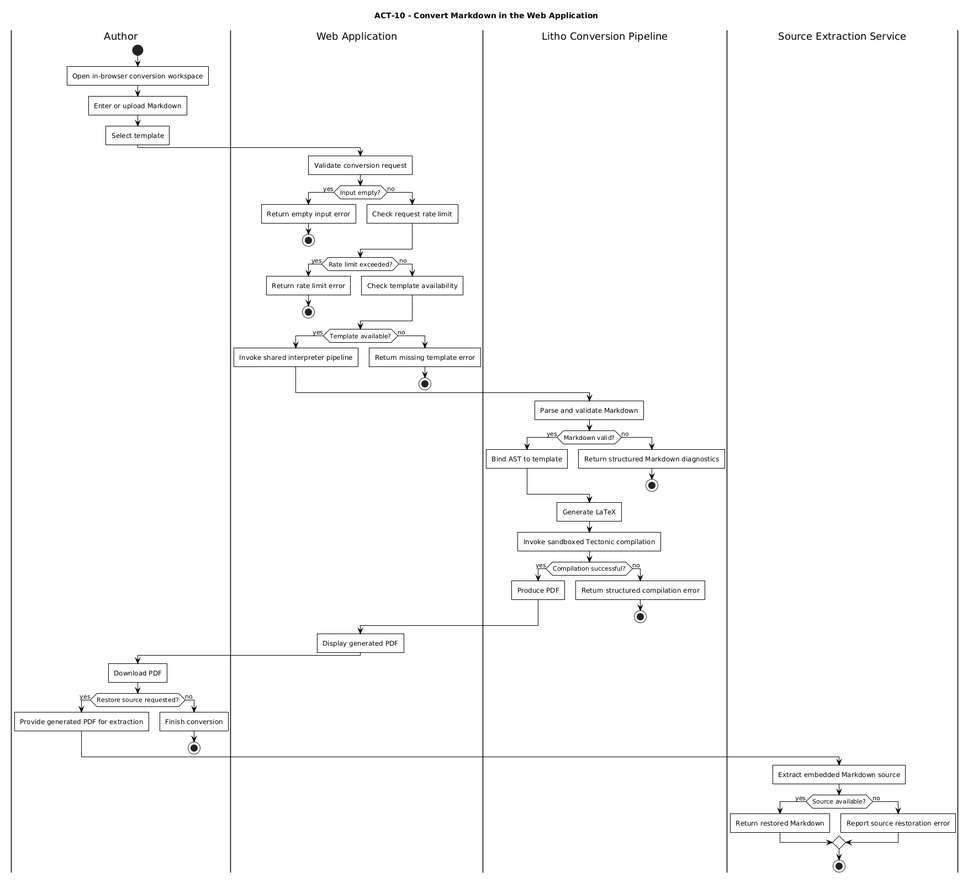
This is Figures/activity/10-web-conversion.png from Litho-MD/uet-fyp-docs, a PlantUML export, as it was before one commit.
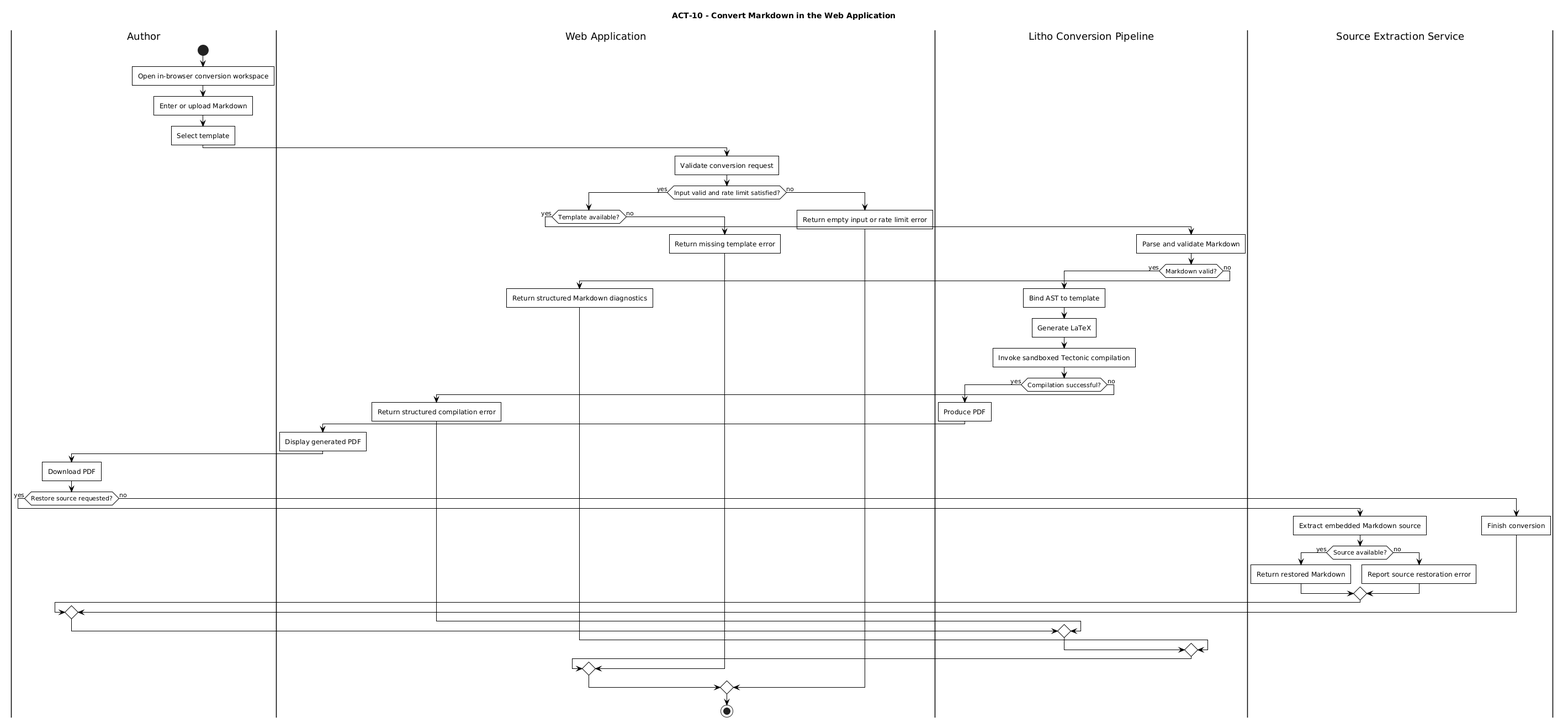
After the commit.

Diff of the diagram source:
```diff
@@ -25,63 +25,44 @@
 
 |Web Application|
 :Validate conversion request;
-if (Input empty?) then (yes)
-    :Return empty input error;
-    stop
+if (Input valid and rate limit satisfied?) then (yes)
+    if (Template available?) then (yes)
+        |Litho Conversion Pipeline|
+        :Parse and validate Markdown;
+        if (Markdown valid?) then (yes)
+            :Bind AST to template;
+            :Generate LaTeX;
+            :Invoke sandboxed Tectonic compilation;
+            if (Compilation successful?) then (yes)
+                :Produce PDF;
+                |Web Application|
+                :Display generated PDF;
+                |Author|
+                :Download PDF;
+                if (Restore source requested?) then (yes)
+                    |Source Extraction Service|
+                    :Extract embedded Markdown source;
+                    if (Source available?) then (yes)
+                        :Return restored Markdown;
+                    else (no)
+                        :Report source restoration error;
+                    endif
+                else (no)
+                    :Finish conversion;
+                endif
+            else (no)
+                |Web Application|
+                :Return structured compilation error;
+            endif
+        else (no)
+            |Web Application|
+            :Return structured Markdown diagnostics;
+        endif
+    else (no)
+        :Return missing template error;
+    endif
 else (no)
-    :Check request rate limit;
-endif
-
-if (Rate limit exceeded?) then (yes)
-    :Return rate limit error;
-    stop
-else (no)
-    :Check template availability;
-endif
-
-if (Template available?) then (yes)
-    :Invoke shared interpreter pipeline;
-else (no)
-    :Return missing template error;
-    stop
-endif
-
-|Litho Conversion Pipeline|
-:Parse and validate Markdown;
-if (Markdown valid?) then (yes)
-    :Bind AST to template;
-else (no)
-    :Return structured Markdown diagnostics;
-    stop
-endif
-
-:Generate LaTeX;
-:Invoke sandboxed Tectonic compilation;
-if (Compilation successful?) then (yes)
-    :Produce PDF;
-else (no)
-    :Return structured compilation error;
-    stop
-endif
-
-|Web Application|
-:Display generated PDF;
-
-|Author|
-:Download PDF;
-if (Restore source requested?) then (yes)
-    :Provide generated PDF for extraction;
-else (no)
-    :Finish conversion;
-    stop
-endif
-
-|Source Extraction Service|
-:Extract embedded Markdown source;
-if (Source available?) then (yes)
-    :Return restored Markdown;
-else (no)
-    :Report source restoration error;
+    :Return empty input or rate limit error;
 endif
 
 stop
```
